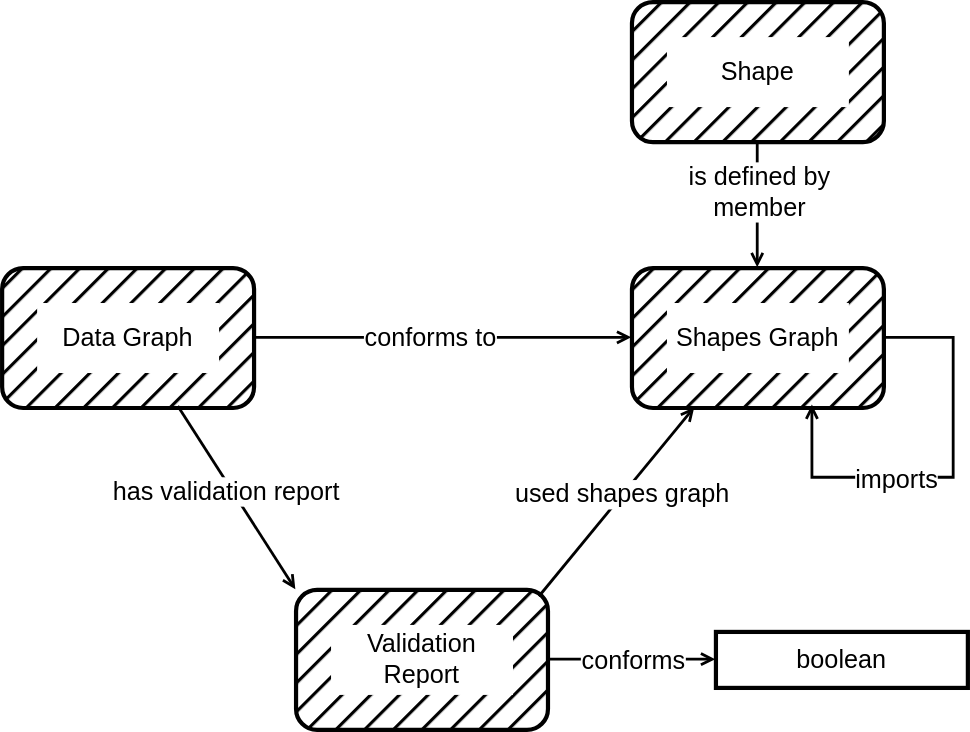
The draw.io diagram shacl12-profiling/img/vocab.svg in w3c/data-shapes, before a commit. Source tidied: cells renumbered, new cells last; positions are measured from the earlier drawing's top-left corner, leaving out a move shared by most shapes.
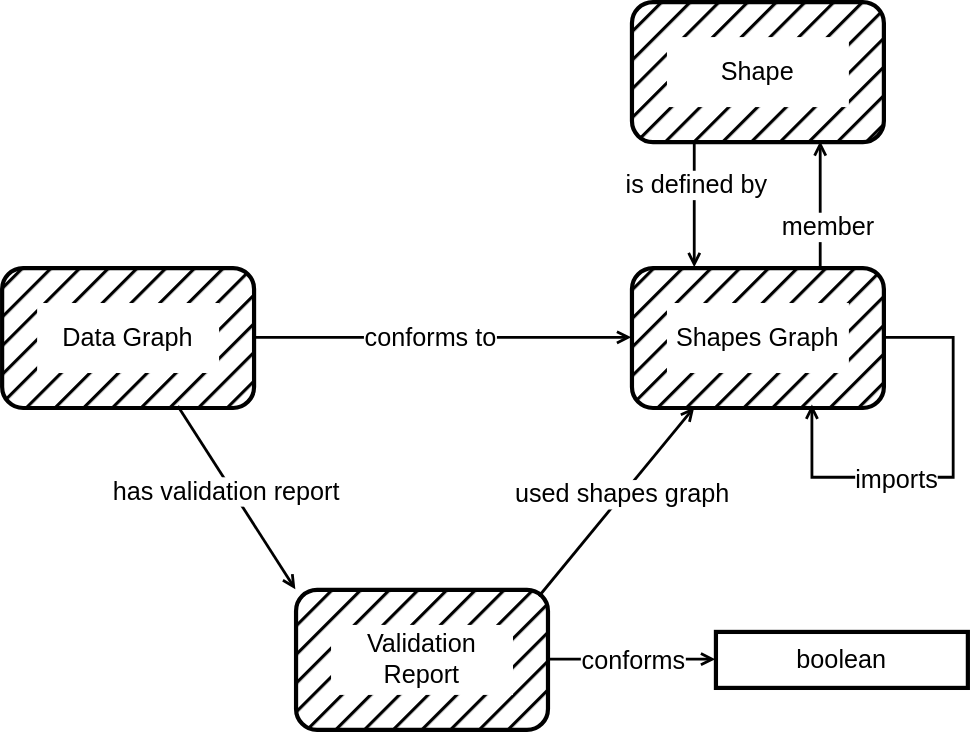
The same file after the commit.

Commit message:
fix member direction

The edit, as a diff of the source:
```diff
@@ -2,12 +2,12 @@
   <root>
     <mxCell id="0" />
     <mxCell id="1" parent="0" />
-    <mxCell id="2" style="edgeStyle=orthogonalEdgeStyle;rounded=0;jettySize=auto;html=1;endArrow=none;endFill=0;strokeWidth=2;startArrow=open;startFill=0;exitX=0.5;exitY=0;exitDx=0;exitDy=0;entryX=0.5;entryY=1;entryDx=0;entryDy=0;" parent="1" edge="1" source="22" target="25">
+    <mxCell id="2" style="edgeStyle=orthogonalEdgeStyle;rounded=0;jettySize=auto;html=1;endArrow=none;endFill=0;strokeWidth=2;startArrow=open;startFill=0;exitX=0.25;exitY=0;exitDx=0;exitDy=0;entryX=0.25;entryY=1;entryDx=0;entryDy=0;" parent="1" edge="1" source="22" target="25">
       <mxGeometry relative="1" as="geometry" />
     </mxCell>
-    <mxCell id="3" value="&lt;font style=&quot;font-size: 18px;&quot;&gt;is defined by&lt;br&gt;member&lt;/font&gt;" style="edgeLabel;html=1;align=center;verticalAlign=middle;" parent="2" vertex="1">
+    <mxCell id="3" value="&lt;font style=&quot;font-size: 18px;&quot;&gt;is defined by&lt;/font&gt;" style="edgeLabel;html=1;align=center;verticalAlign=middle;" parent="2" vertex="1">
       <mxGeometry x="0.23" y="2" relative="1" as="geometry">
-        <mxPoint x="2" as="offset" />
+        <mxPoint x="2" y="-5" as="offset" />
       </mxGeometry>
     </mxCell>
     <mxCell id="4" style="edgeStyle=orthogonalEdgeStyle;rounded=0;jettySize=auto;html=1;endArrow=open;endFill=0;strokeWidth=2;entryX=0;entryY=0.5;entryDx=0;entryDy=0;exitX=1;exitY=0.5;exitDx=0;exitDy=0;" parent="1" edge="1" source="17" target="22">
@@ -91,5 +91,13 @@
     <mxCell id="26" value="Shape" style="text;html=1;whiteSpace=wrap;strokeColor=none;fillColor=default;align=center;verticalAlign=middle;rounded=0;fillStyle=solid;perimeterSpacing=8;fontSize=18;" parent="24" vertex="1">
       <mxGeometry x="25" y="25" width="130" height="50" as="geometry" />
     </mxCell>
+    <mxCell id="27" style="edgeStyle=orthogonalEdgeStyle;rounded=0;jettySize=auto;html=1;endArrow=none;endFill=0;strokeWidth=2;startArrow=open;startFill=0;exitX=0.75;exitY=1;exitDx=0;exitDy=0;entryX=0.75;entryY=0;entryDx=0;entryDy=0;" parent="1" edge="1" source="25" target="22">
+      <mxGeometry relative="1" as="geometry" />
+    </mxCell>
+    <mxCell id="28" value="member" style="edgeLabel;html=1;align=center;verticalAlign=middle;fontSize=18;" parent="27" vertex="1">
+      <mxGeometry x="0.23" y="2" relative="1" as="geometry">
+        <mxPoint x="2" y="5" as="offset" />
+      </mxGeometry>
+    </mxCell>
   </root>
 </mxGraphModel>
```
